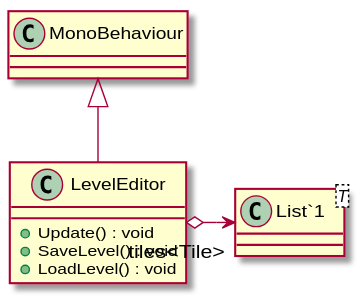
Earlier version of the PlantUML export UML/Loco_Loco_Editor/Assets/01_Scripts/LevelEditor.svg (Zaephus/Prod_Tools). The source it was exported from:
```plantuml
@startuml
class LevelEditor {
    + Update() : void
    + SaveLevel() : void
    + LoadLevel() : void
}
class "List`1"<T> {
}
MonoBehaviour <|-- LevelEditor
LevelEditor o-> "tiles<Tile>" "List`1"
@enduml
```
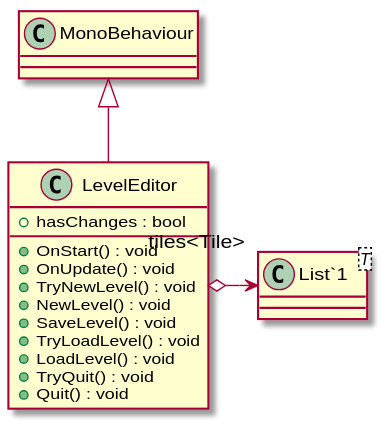
After the commit.

Diff of the diagram source:
```diff
@@ -1,8 +1,15 @@
 @startuml
 class LevelEditor {
-    + Update() : void
+    + hasChanges : bool
+    + OnStart() : void
+    + OnUpdate() : void
+    + TryNewLevel() : void
+    + NewLevel() : void
     + SaveLevel() : void
+    + TryLoadLevel() : void
     + LoadLevel() : void
+    + TryQuit() : void
+    + Quit() : void
 }
 class "List`1"<T> {
 }
```
